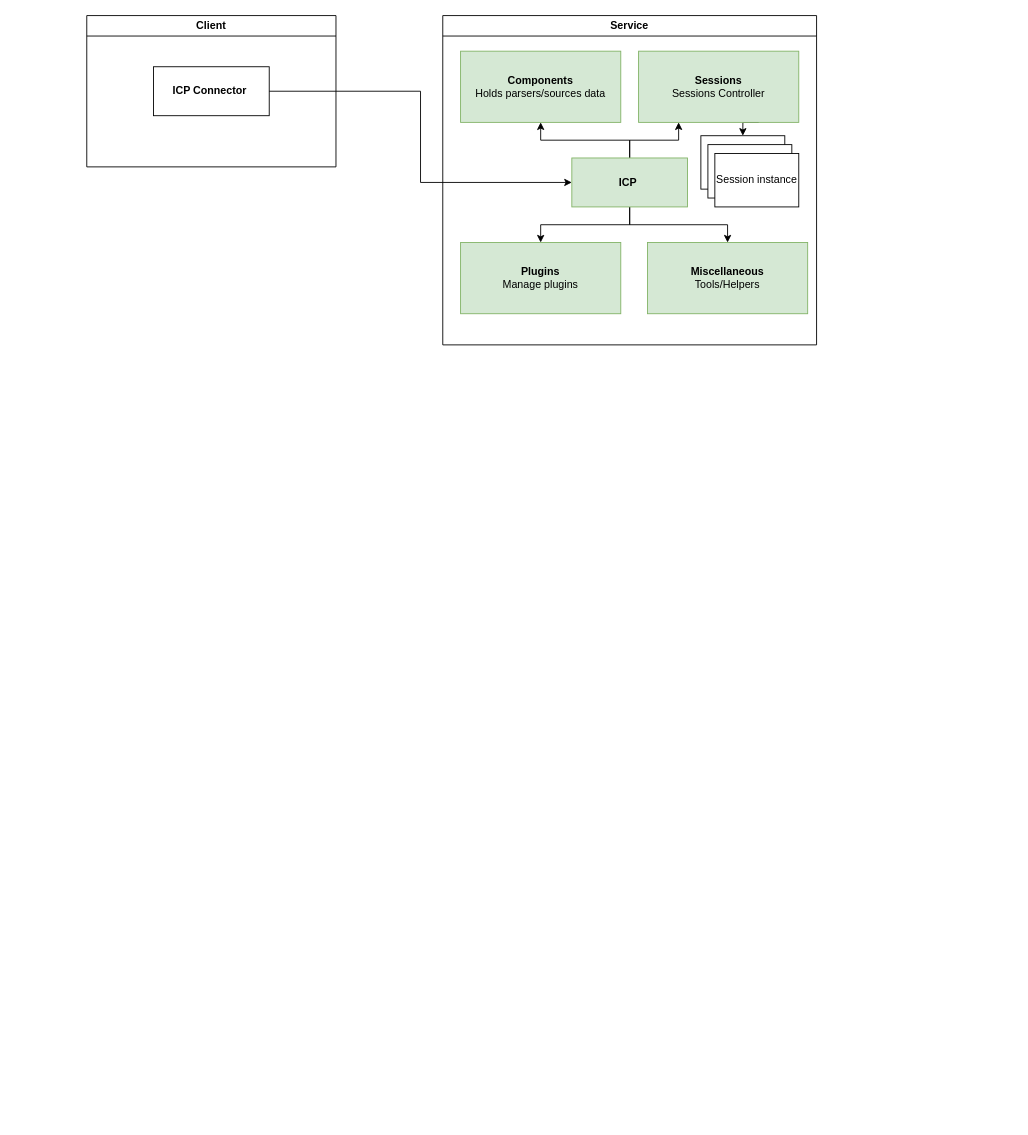
Above: runtime_map.drawio in DmitryAstafyev/chipmunk3_roadmap (draw.io), before the change. Source tidied: cells renumbered, new cells numbered last; positions are measured from the earlier drawing's top-left corner, leaving out a move shared by most shapes. Both pictures are drawn from the tidied source at 89%, with x=0, y=0 at pixel (86, 15).
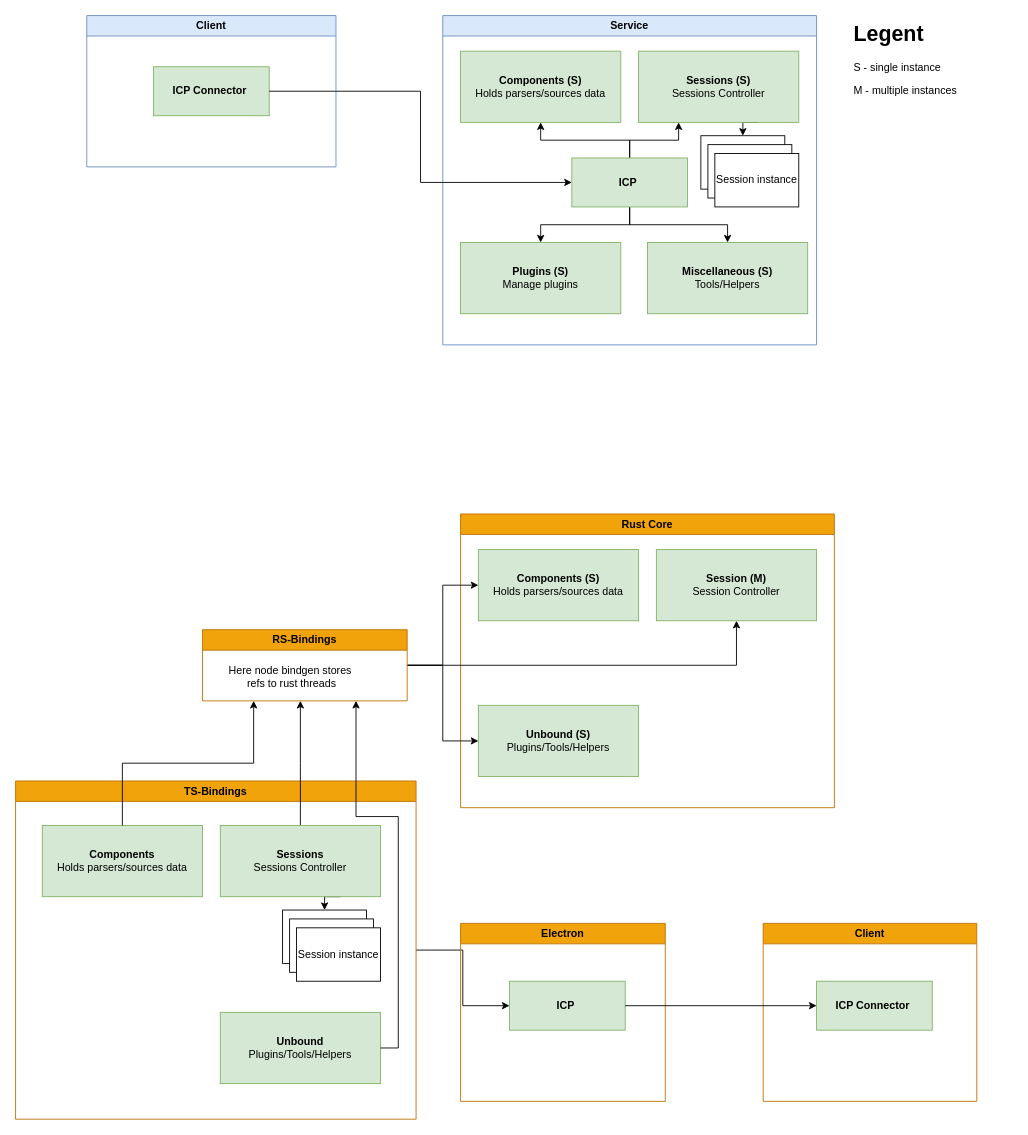
After the change.

Change to the diagram source:
```diff
@@
-    <mxCell id="2" value="Service" style="swimlane;whiteSpace=wrap;html=1;" parent="1" vertex="1">
+    <mxCell id="2" value="Service" style="swimlane;whiteSpace=wrap;html=1;fillColor=#dae8fc;strokeColor=#6c8ebf;" parent="1" vertex="1">
       <mxGeometry x="400" width="420" height="370" as="geometry" />
     </mxCell>
-    <mxCell id="3" value="&lt;b&gt;Components&lt;/b&gt;&lt;div&gt;Holds parsers/sources data&lt;/div&gt;" style="rounded=0;whiteSpace=wrap;html=1;fillColor=#d5e8d4;strokeColor=#82b366;" parent="2" vertex="1">
+    <mxCell id="3" value="&lt;b&gt;Components (S)&lt;/b&gt;&lt;div&gt;Holds parsers/sources data&lt;/div&gt;" style="rounded=0;whiteSpace=wrap;html=1;fillColor=#d5e8d4;strokeColor=#82b366;" parent="2" vertex="1">
       <mxGeometry x="20" y="40" width="180" height="80" as="geometry" />
     </mxCell>
-    <mxCell id="4" value="&lt;b&gt;Plugins&lt;/b&gt;&lt;div&gt;Manage plugins&lt;/div&gt;" style="rounded=0;whiteSpace=wrap;html=1;fillColor=#d5e8d4;strokeColor=#82b366;" parent="2" vertex="1">
+    <mxCell id="4" value="&lt;b&gt;Plugins (S)&lt;/b&gt;&lt;div&gt;Manage plugins&lt;/div&gt;" style="rounded=0;whiteSpace=wrap;html=1;fillColor=#d5e8d4;strokeColor=#82b366;" parent="2" vertex="1">
       <mxGeometry x="20" y="255" width="180" height="80" as="geometry" />
     </mxCell>
-    <mxCell id="5" value="&lt;b&gt;Miscellaneous&lt;/b&gt;&lt;br&gt;&lt;div&gt;Tools/Helpers&lt;/div&gt;" style="rounded=0;whiteSpace=wrap;html=1;fillColor=#d5e8d4;strokeColor=#82b366;" parent="2" vertex="1">
+    <mxCell id="5" value="&lt;b&gt;Miscellaneous (S)&lt;/b&gt;&lt;br&gt;&lt;div&gt;Tools/Helpers&lt;/div&gt;" style="rounded=0;whiteSpace=wrap;html=1;fillColor=#d5e8d4;strokeColor=#82b366;" parent="2" vertex="1">
       <mxGeometry x="230" y="255" width="180" height="80" as="geometry" />
     </mxCell>
@@
-    <mxCell id="7" value="&lt;b&gt;Sessions&lt;/b&gt;&lt;br&gt;&lt;div&gt;Sessions Controller&lt;/div&gt;" style="rounded=0;whiteSpace=wrap;html=1;fillColor=#d5e8d4;strokeColor=#82b366;" parent="2" vertex="1">
+    <mxCell id="7" value="&lt;b&gt;Sessions (S)&lt;/b&gt;&lt;br&gt;&lt;div&gt;Sessions Controller&lt;/div&gt;" style="rounded=0;whiteSpace=wrap;html=1;fillColor=#d5e8d4;strokeColor=#82b366;" parent="2" vertex="1">
       <mxGeometry x="220" y="40" width="180" height="80" as="geometry" />
     </mxCell>
@@
-    <mxCell id="17" value="Client" style="swimlane;whiteSpace=wrap;html=1;" parent="1" vertex="1">
+    <mxCell id="17" value="Client" style="swimlane;whiteSpace=wrap;html=1;fillColor=#dae8fc;strokeColor=#6c8ebf;" parent="1" vertex="1">
       <mxGeometry width="280" height="170" as="geometry" />
     </mxCell>
-    <mxCell id="18" value="&lt;b&gt;ICP Connector&lt;/b&gt;&lt;span style=&quot;background-color: transparent; color: light-dark(rgb(0, 0, 0), rgb(255, 255, 255));&quot;&gt;&amp;nbsp;&lt;/span&gt;" style="rounded=0;whiteSpace=wrap;html=1;" parent="17" vertex="1">
+    <mxCell id="18" value="&lt;b&gt;ICP Connector&lt;/b&gt;&lt;span style=&quot;background-color: transparent; color: light-dark(rgb(0, 0, 0), rgb(255, 255, 255));&quot;&gt;&amp;nbsp;&lt;/span&gt;" style="rounded=0;whiteSpace=wrap;html=1;fillColor=#d5e8d4;strokeColor=#82b366;" parent="17" vertex="1">
       <mxGeometry x="75" y="57.5" width="130" height="55" as="geometry" />
     </mxCell>
@@
+    <mxCell id="20" value="Rust Core" style="swimlane;whiteSpace=wrap;html=1;fillColor=#f0a30a;fontColor=#000000;strokeColor=#BD7000;" parent="1" vertex="1">
+      <mxGeometry x="420" y="560" width="420" height="330" as="geometry" />
+    </mxCell>
+    <mxCell id="21" value="&lt;b&gt;Components (S)&lt;/b&gt;&lt;div&gt;Holds parsers/sources data&lt;/div&gt;" style="rounded=0;whiteSpace=wrap;html=1;fillColor=#d5e8d4;strokeColor=#82b366;" parent="20" vertex="1">
+      <mxGeometry x="20" y="40" width="180" height="80" as="geometry" />
+    </mxCell>
+    <mxCell id="22" value="&lt;b&gt;Unbound (S)&lt;/b&gt;&lt;br&gt;&lt;div&gt;Plugins/Tools/Helpers&lt;/div&gt;" style="rounded=0;whiteSpace=wrap;html=1;fillColor=#d5e8d4;strokeColor=#82b366;" parent="20" vertex="1">
+      <mxGeometry x="20" y="215" width="180" height="80" as="geometry" />
+    </mxCell>
+    <mxCell id="23" value="&lt;b&gt;Session (M)&lt;/b&gt;&lt;br&gt;&lt;div&gt;Session Controller&lt;/div&gt;" style="rounded=0;whiteSpace=wrap;html=1;fillColor=#d5e8d4;strokeColor=#82b366;" parent="20" vertex="1">
+      <mxGeometry x="220" y="40" width="180" height="80" as="geometry" />
+    </mxCell>
+    <mxCell id="24" style="edgeStyle=orthogonalEdgeStyle;rounded=0;jettySize=auto;html=1;exitX=1;exitY=0.5;exitDx=0;exitDy=0;entryX=0;entryY=0.5;entryDx=0;entryDy=0;" parent="1" edge="1" source="27" target="21">
+      <mxGeometry relative="1" as="geometry" />
+    </mxCell>
+    <mxCell id="25" style="edgeStyle=orthogonalEdgeStyle;rounded=0;jettySize=auto;html=1;exitX=1;exitY=0.5;exitDx=0;exitDy=0;entryX=0;entryY=0.5;entryDx=0;entryDy=0;" parent="1" edge="1" source="27" target="22">
+      <mxGeometry relative="1" as="geometry" />
+    </mxCell>
+    <mxCell id="26" style="edgeStyle=orthogonalEdgeStyle;rounded=0;jettySize=auto;html=1;exitX=1;exitY=0.5;exitDx=0;exitDy=0;entryX=0.5;entryY=1;entryDx=0;entryDy=0;" parent="1" edge="1" source="27" target="23">
+      <mxGeometry relative="1" as="geometry" />
+    </mxCell>
+    <mxCell id="27" value="RS-Bindings" style="swimlane;whiteSpace=wrap;html=1;fillColor=#f0a30a;fontColor=#000000;strokeColor=#BD7000;" parent="1" vertex="1">
+      <mxGeometry x="130" y="690" width="230" height="80" as="geometry" />
+    </mxCell>
+    <mxCell id="28" style="edgeStyle=orthogonalEdgeStyle;rounded=0;jettySize=auto;html=1;exitX=1;exitY=0.5;exitDx=0;exitDy=0;entryX=0;entryY=0.5;entryDx=0;entryDy=0;" parent="1" edge="1" source="29" target="42">
+      <mxGeometry relative="1" as="geometry" />
+    </mxCell>
+    <mxCell id="29" value="TS-Bindings" style="swimlane;whiteSpace=wrap;html=1;fillColor=#f0a30a;fontColor=#000000;strokeColor=#BD7000;" parent="1" vertex="1">
+      <mxGeometry x="-80" y="860" width="450" height="380" as="geometry" />
+    </mxCell>
+    <mxCell id="30" value="&lt;b&gt;Components&lt;/b&gt;&lt;div&gt;Holds parsers/sources data&lt;/div&gt;" style="rounded=0;whiteSpace=wrap;html=1;fillColor=#d5e8d4;strokeColor=#82b366;" parent="29" vertex="1">
+      <mxGeometry x="30" y="50" width="180" height="80" as="geometry" />
+    </mxCell>
+    <mxCell id="31" style="edgeStyle=orthogonalEdgeStyle;rounded=0;jettySize=auto;html=1;exitX=0.75;exitY=1;exitDx=0;exitDy=0;entryX=0.5;entryY=0;entryDx=0;entryDy=0;" parent="29" edge="1" source="33" target="35">
+      <mxGeometry relative="1" as="geometry" />
+    </mxCell>
+    <mxCell id="32" style="edgeStyle=orthogonalEdgeStyle;rounded=0;jettySize=auto;html=1;exitX=0.5;exitY=0;exitDx=0;exitDy=0;" parent="29" edge="1" source="33">
+      <mxGeometry relative="1" as="geometry">
+        <mxPoint x="320" y="-90" as="targetPoint" />
+      </mxGeometry>
+    </mxCell>
+    <mxCell id="33" value="&lt;b&gt;Sessions&lt;/b&gt;&lt;br&gt;&lt;div&gt;Sessions Controller&lt;/div&gt;" style="rounded=0;whiteSpace=wrap;html=1;fillColor=#d5e8d4;strokeColor=#82b366;" parent="29" vertex="1">
+      <mxGeometry x="230" y="50" width="180" height="80" as="geometry" />
+    </mxCell>
+    <mxCell id="34" style="group;" parent="29" vertex="1">
+      <mxGeometry x="300" y="145" width="110" height="80" as="geometry" />
+    </mxCell>
+    <mxCell id="35" style="rounded=0;whiteSpace=wrap;html=1;" parent="34" vertex="1">
+      <mxGeometry width="94.3" height="60" as="geometry" />
+    </mxCell>
+    <mxCell id="36" style="rounded=0;whiteSpace=wrap;html=1;" parent="34" vertex="1">
+      <mxGeometry x="7.9" y="10" width="94.3" height="60" as="geometry" />
+    </mxCell>
+    <mxCell id="37" value="Session instance" style="rounded=0;whiteSpace=wrap;html=1;" parent="34" vertex="1">
+      <mxGeometry x="15.7" y="20" width="94.3" height="60" as="geometry" />
+    </mxCell>
+    <mxCell id="38" value="&lt;b&gt;Unbound&lt;/b&gt;&lt;br&gt;&lt;div&gt;Plugins/Tools/Helpers&lt;/div&gt;" style="rounded=0;whiteSpace=wrap;html=1;fillColor=#d5e8d4;strokeColor=#82b366;" parent="29" vertex="1">
+      <mxGeometry x="230" y="260" width="180" height="80" as="geometry" />
+    </mxCell>
+    <mxCell id="39" style="edgeStyle=orthogonalEdgeStyle;rounded=0;jettySize=auto;html=1;exitX=0.5;exitY=0;exitDx=0;exitDy=0;entryX=0.25;entryY=1;entryDx=0;entryDy=0;" parent="1" edge="1" source="30" target="27">
+      <mxGeometry relative="1" as="geometry" />
+    </mxCell>
+    <mxCell id="40" style="edgeStyle=orthogonalEdgeStyle;rounded=0;jettySize=auto;html=1;exitX=1;exitY=0.5;exitDx=0;exitDy=0;entryX=0.75;entryY=1;entryDx=0;entryDy=0;" parent="1" edge="1" source="38" target="27">
+      <mxGeometry relative="1" as="geometry">
+        <Array as="points">
+          <mxPoint x="350" y="1160" />
+          <mxPoint x="350" y="900" />
+          <mxPoint x="303" y="900" />
+        </Array>
+      </mxGeometry>
+    </mxCell>
+    <mxCell id="41" value="Electron" style="swimlane;whiteSpace=wrap;html=1;fillColor=#f0a30a;fontColor=#000000;strokeColor=#BD7000;" parent="1" vertex="1">
+      <mxGeometry x="420" y="1020" width="230" height="200" as="geometry" />
+    </mxCell>
+    <mxCell id="42" value="&lt;b&gt;ICP&lt;/b&gt;&lt;span style=&quot;background-color: transparent; color: light-dark(rgb(0, 0, 0), rgb(255, 255, 255));&quot;&gt;&amp;nbsp;&lt;/span&gt;" style="rounded=0;whiteSpace=wrap;html=1;fillColor=#d5e8d4;strokeColor=#82b366;" parent="41" vertex="1">
+      <mxGeometry x="55" y="65" width="130" height="55" as="geometry" />
+    </mxCell>
+    <mxCell id="43" value="Client" style="swimlane;whiteSpace=wrap;html=1;fillColor=#f0a30a;fontColor=#000000;strokeColor=#BD7000;" parent="1" vertex="1">
+      <mxGeometry x="760" y="1020" width="240" height="200" as="geometry" />
+    </mxCell>
+    <mxCell id="44" value="&lt;b&gt;ICP Connector&lt;/b&gt;&lt;span style=&quot;background-color: transparent; color: light-dark(rgb(0, 0, 0), rgb(255, 255, 255));&quot;&gt;&amp;nbsp;&lt;/span&gt;" style="rounded=0;whiteSpace=wrap;html=1;fillColor=#d5e8d4;strokeColor=#82b366;" parent="43" vertex="1">
+      <mxGeometry x="60" y="65" width="130" height="55" as="geometry" />
+    </mxCell>
+    <mxCell id="45" style="edgeStyle=orthogonalEdgeStyle;rounded=0;jettySize=auto;html=1;exitX=1;exitY=0.5;exitDx=0;exitDy=0;entryX=0;entryY=0.5;entryDx=0;entryDy=0;" parent="1" edge="1" source="42" target="44">
+      <mxGeometry relative="1" as="geometry" />
+    </mxCell>
+    <mxCell id="46" value="&lt;h1 style=&quot;margin-top: 0px;&quot;&gt;Legent&lt;/h1&gt;&lt;p&gt;S - single instance&lt;/p&gt;&lt;p&gt;M - multiple instances&lt;/p&gt;" style="text;html=1;whiteSpace=wrap;overflow=hidden;rounded=0;" parent="1" vertex="1">
+      <mxGeometry x="860" width="180" height="120" as="geometry" />
+    </mxCell>
+    <mxCell id="47" value="Here node bindgen stores&amp;nbsp;&lt;div&gt;refs to rust threads&lt;/div&gt;" style="text;html=1;align=center;verticalAlign=middle;strokeColor=none;fillColor=none;" parent="1" vertex="1">
+      <mxGeometry x="150" y="723" width="160" height="40" as="geometry" />
+    </mxCell>
```
